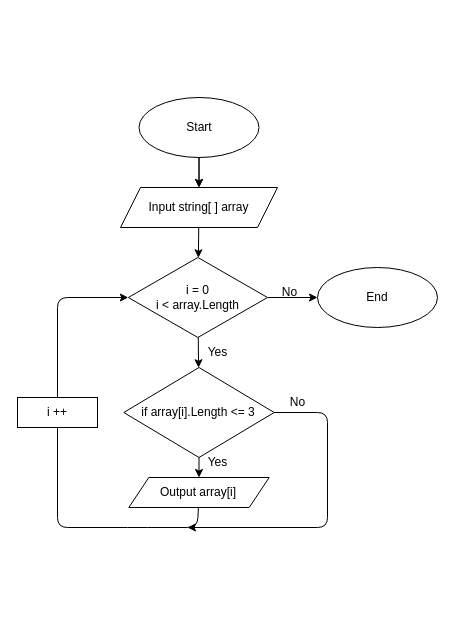
This is Algorithm.drawio from Valensia1226/ControlWork, a draw.io file, before an edit. Source tidied: cells renumbered, new cells numbered last; positions are measured from the earlier drawing's top-left corner, leaving out a move shared by most shapes. Both pictures are drawn from the tidied source at 100%, with x=0, y=0 at pixel (17, 97).
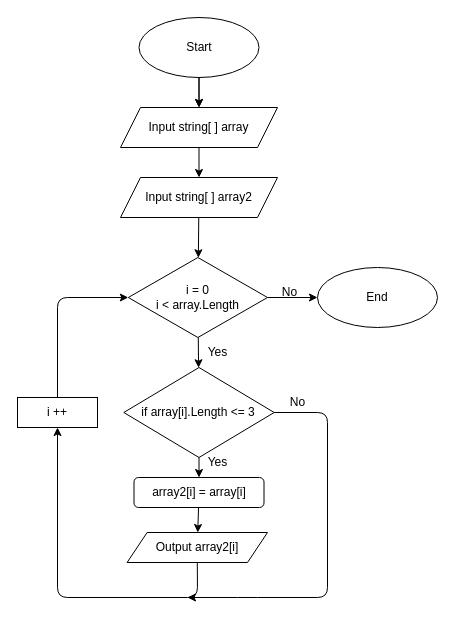
Above is the later version.

Commit message (it also covers changes not shown here):
Redacted the block diagram and the code and start writing the README file

Unchanged cells that the change refers to:
```xml
<mxCell id="9" value="i = 0&lt;br&gt;i &amp;lt; array.Length" style="rhombus;whiteSpace=wrap;html=1;" parent="1" vertex="1">
  <mxGeometry x="110.8" y="160" width="139.2" height="80" as="geometry" />
</mxCell>
<mxCell id="12" value="if array[i].Length &amp;lt;= 3" style="rhombus;whiteSpace=wrap;html=1;" parent="1" vertex="1">
  <mxGeometry x="106.3" y="270" width="150.4" height="90" as="geometry" />
</mxCell>
<mxCell id="20" value="i ++" style="rounded=0;whiteSpace=wrap;html=1;" parent="1" vertex="1">
  <mxGeometry y="300" width="80" height="30" as="geometry" />
</mxCell>
```

What changed in the source:
```diff
@@
     <mxCell id="4" value="Start" style="ellipse;whiteSpace=wrap;html=1;" parent="1" vertex="1">
-      <mxGeometry x="121.5" width="120" height="60" as="geometry" />
+      <mxGeometry x="121.5" y="-80" width="120" height="60" as="geometry" />
     </mxCell>
-    <mxCell id="5" style="edgeStyle=none;html=1;" parent="1" edge="1" source="6" target="9">
+    <mxCell id="5" style="edgeStyle=none;html=1;startArrow=none;" parent="1" edge="1" source="23" target="9">
       <mxGeometry relative="1" as="geometry" />
     </mxCell>
+    <mxCell id="21" style="edgeStyle=none;html=1;" parent="1" edge="1" source="6" target="23">
+      <mxGeometry relative="1" as="geometry" />
+    </mxCell>
     <mxCell id="6" value="Input string[ ] array" style="shape=parallelogram;perimeter=parallelogramPerimeter;whiteSpace=wrap;html=1;fixedSize=1;" parent="1" vertex="1">
-      <mxGeometry x="103" y="90" width="157" height="40" as="geometry" />
+      <mxGeometry x="103" y="10" width="157" height="40" as="geometry" />
     </mxCell>
@@
-    <mxCell id="10" style="edgeStyle=none;html=1;" parent="1" edge="1" source="12" target="14">
-      <mxGeometry relative="1" as="geometry" />
+    <mxCell id="10" style="edgeStyle=none;html=1;" parent="1" edge="1" source="12">
+      <mxGeometry relative="1" as="geometry">
+        <mxPoint x="181.5" y="380" as="targetPoint" />
+      </mxGeometry>
     </mxCell>
     <mxCell id="11" style="edgeStyle=none;html=1;exitX=1;exitY=0.5;exitDx=0;exitDy=0;" parent="1" edge="1" source="12">
       <mxGeometry relative="1" as="geometry">
-        <mxPoint x="170" y="430" as="targetPoint" />
+        <mxPoint x="170" y="500" as="targetPoint" />
         <Array as="points">
           <mxPoint x="310" y="315" />
-          <mxPoint x="310" y="430" />
+          <mxPoint x="310" y="500" />
+          <mxPoint x="230" y="500" />
         </Array>
       </mxGeometry>
     </mxCell>
@@
-    <mxCell id="13" style="edgeStyle=none;html=1;entryX=0;entryY=0.5;entryDx=0;entryDy=0;" parent="1" edge="1" source="14" target="9">
-      <mxGeometry relative="1" as="geometry">
-        <Array as="points">
-          <mxPoint x="180" y="430" />
-          <mxPoint x="120" y="430" />
-          <mxPoint x="40" y="430" />
-          <mxPoint x="40" y="200" />
-        </Array>
-      </mxGeometry>
-    </mxCell>
-    <mxCell id="14" value="Output array[i]" style="shape=parallelogram;perimeter=parallelogramPerimeter;whiteSpace=wrap;html=1;fixedSize=1;" parent="1" vertex="1">
-      <mxGeometry x="111.3" y="380" width="140.4" height="30" as="geometry" />
-    </mxCell>
@@
+    <mxCell id="22" style="edgeStyle=none;html=1;exitX=0.5;exitY=0;exitDx=0;exitDy=0;entryX=0;entryY=0.5;entryDx=0;entryDy=0;" parent="1" edge="1" source="20" target="9">
+      <mxGeometry relative="1" as="geometry">
+        <Array as="points">
+          <mxPoint x="40" y="200" />
+        </Array>
+      </mxGeometry>
+    </mxCell>
@@
+    <mxCell id="23" value="Input string[ ] array2" style="shape=parallelogram;perimeter=parallelogramPerimeter;whiteSpace=wrap;html=1;fixedSize=1;" parent="1" vertex="1">
+      <mxGeometry x="103" y="80" width="157" height="40" as="geometry" />
+    </mxCell>
+    <mxCell id="24" style="edgeStyle=none;html=1;entryX=0.5;entryY=1;entryDx=0;entryDy=0;exitX=0.5;exitY=1;exitDx=0;exitDy=0;" parent="1" edge="1" source="25" target="20">
+      <mxGeometry relative="1" as="geometry">
+        <Array as="points">
+          <mxPoint x="180" y="500" />
+          <mxPoint x="40" y="500" />
+        </Array>
+      </mxGeometry>
+    </mxCell>
+    <mxCell id="25" value="Output array2[i]" style="shape=parallelogram;perimeter=parallelogramPerimeter;whiteSpace=wrap;html=1;fixedSize=1;" parent="1" vertex="1">
+      <mxGeometry x="109.6" y="435" width="140.4" height="30" as="geometry" />
+    </mxCell>
+    <mxCell id="26" style="edgeStyle=none;html=1;" parent="1" edge="1" source="27" target="25">
+      <mxGeometry relative="1" as="geometry" />
+    </mxCell>
+    <mxCell id="27" value="array2[i] = array[i]" style="rounded=1;whiteSpace=wrap;html=1;" parent="1" vertex="1">
+      <mxGeometry x="116.5" y="380" width="130" height="30" as="geometry" />
+    </mxCell>
```
